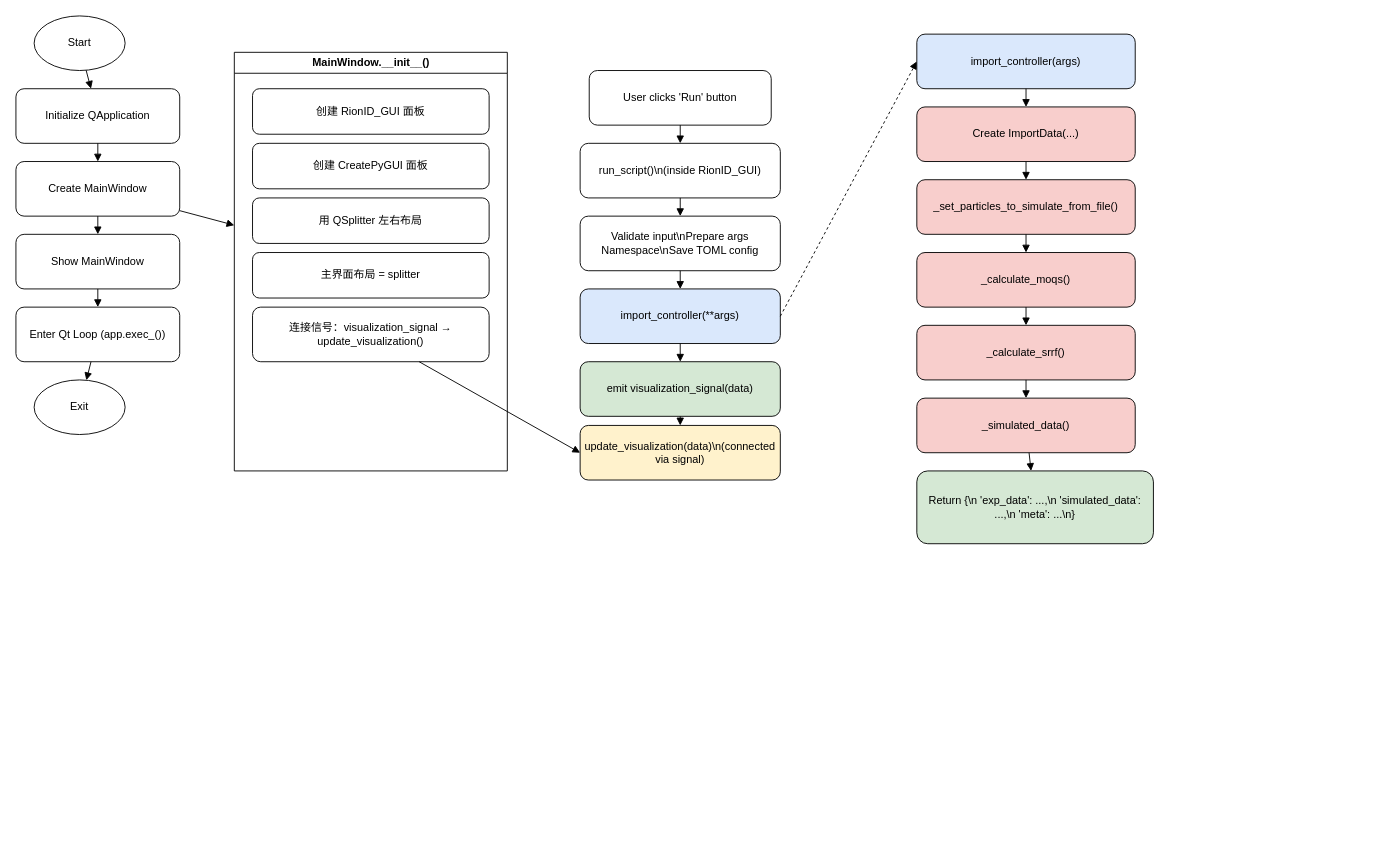
Before: rionid.drawio in ruijiuchen/rionid, a draw.io diagram. Source tidied: cells renumbered, new cells numbered last; positions are measured from the earlier drawing's top-left corner, leaving out a move shared by most shapes. Both pictures are drawn from the tidied source at 91%, with x=0, y=0 at pixel (15, 15).
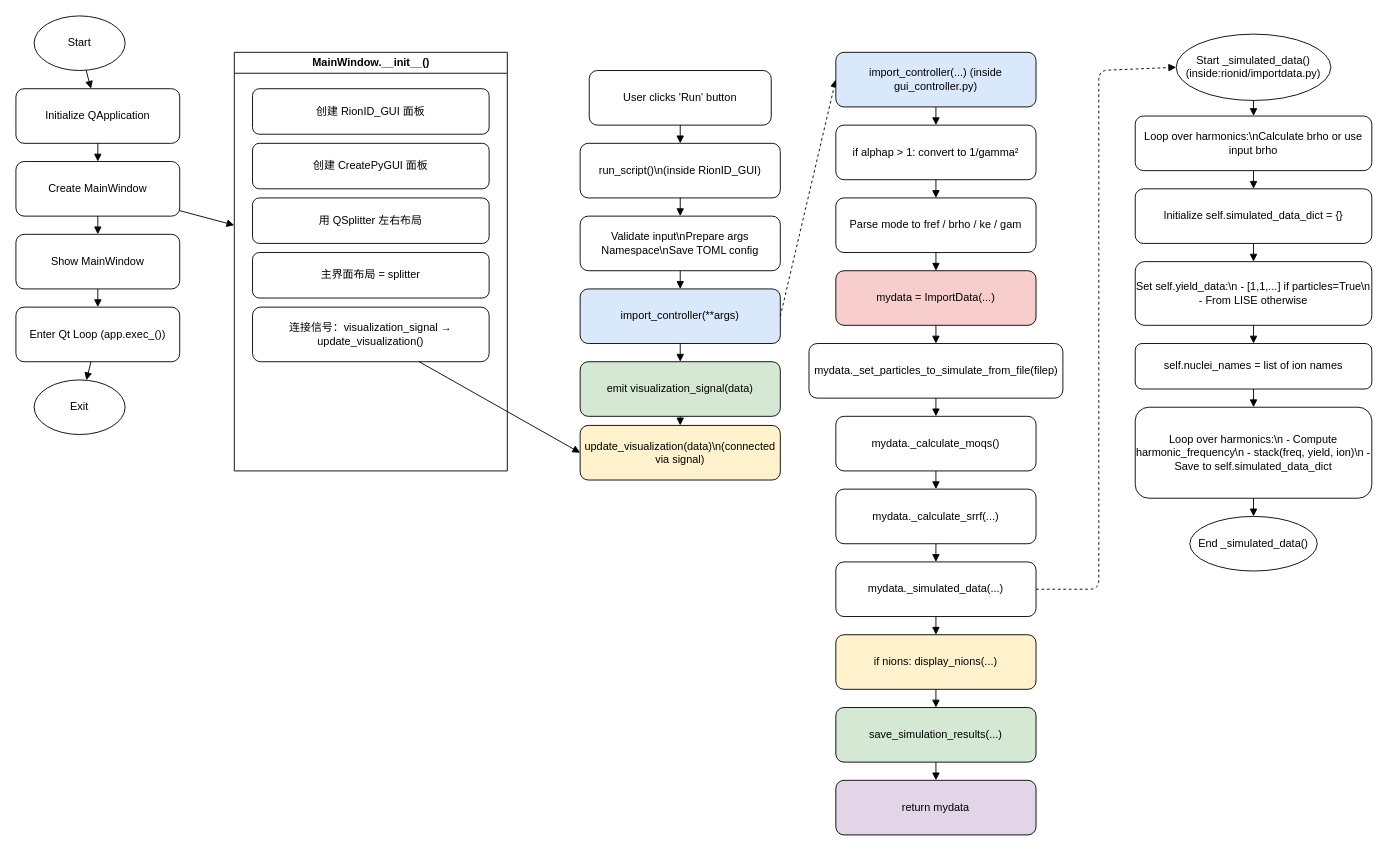
The same page after the edit.

Unchanged cells that the change refers to:
```xml
<mxCell id="24" value="import_controller(**args)" style="rounded=1;whiteSpace=wrap;html=1;fillColor=#dae8fc;" parent="1" vertex="1">
  <mxGeometry x="620" y="300" width="220" height="60" as="geometry" />
</mxCell>
```

What changed in the source:
```diff
@@
-    <mxCell id="32" style="endArrow=block;dashed=1;exitX=1;exitY=0.5;exitDx=0;exitDy=0;entryX=0;entryY=0.5;entryDx=0;entryDy=0;" parent="1" edge="1" source="24" target="33">
+    <mxCell id="32" style="endArrow=block;dashed=1;exitX=1;exitY=0.5;exitDx=0;exitDy=0;entryX=0;entryY=0.5;entryDx=0;entryDy=0;" parent="1" edge="1" source="24" target="46">
       <mxGeometry relative="1" as="geometry" />
     </mxCell>
-    <mxCell id="33" value="import_controller(args)" style="rounded=1;whiteSpace=wrap;html=1;fillColor=#dae8fc;" parent="1" vertex="1">
-      <mxGeometry x="990" y="20" width="240" height="60" as="geometry" />
-    </mxCell>
-    <mxCell id="34" value="Create ImportData(...)" style="rounded=1;whiteSpace=wrap;html=1;fillColor=#f8cecc;" parent="1" vertex="1">
-      <mxGeometry x="990" y="100" width="240" height="60" as="geometry" />
-    </mxCell>
-    <mxCell id="35" value="_set_particles_to_simulate_from_file()" style="rounded=1;whiteSpace=wrap;html=1;fillColor=#f8cecc;" parent="1" vertex="1">
-      <mxGeometry x="990" y="180" width="240" height="60" as="geometry" />
-    </mxCell>
-    <mxCell id="36" value="_calculate_moqs()" style="rounded=1;whiteSpace=wrap;html=1;fillColor=#f8cecc;" parent="1" vertex="1">
-      <mxGeometry x="990" y="260" width="240" height="60" as="geometry" />
-    </mxCell>
-    <mxCell id="37" value="_calculate_srrf()" style="rounded=1;whiteSpace=wrap;html=1;fillColor=#f8cecc;" parent="1" vertex="1">
-      <mxGeometry x="990" y="340" width="240" height="60" as="geometry" />
-    </mxCell>
-    <mxCell id="38" value="_simulated_data()" style="rounded=1;whiteSpace=wrap;html=1;fillColor=#f8cecc;" parent="1" vertex="1">
-      <mxGeometry x="990" y="420" width="240" height="60" as="geometry" />
-    </mxCell>
-    <mxCell id="39" value="Return {\n  'exp_data': ...,\n  'simulated_data': ...,\n  'meta': ...\n}" style="rounded=1;whiteSpace=wrap;html=1;fillColor=#d5e8d4;" parent="1" vertex="1">
-      <mxGeometry x="990" y="500" width="260" height="80" as="geometry" />
-    </mxCell>
-    <mxCell id="40" style="endArrow=block;" parent="1" edge="1" source="33" target="34">
-      <mxGeometry relative="1" as="geometry" />
-    </mxCell>
-    <mxCell id="41" style="endArrow=block;" parent="1" edge="1" source="34" target="35">
-      <mxGeometry relative="1" as="geometry" />
-    </mxCell>
-    <mxCell id="42" style="endArrow=block;" parent="1" edge="1" source="35" target="36">
-      <mxGeometry relative="1" as="geometry" />
-    </mxCell>
-    <mxCell id="43" style="endArrow=block;" parent="1" edge="1" source="36" target="37">
-      <mxGeometry relative="1" as="geometry" />
-    </mxCell>
-    <mxCell id="44" style="endArrow=block;" parent="1" edge="1" source="37" target="38">
-      <mxGeometry relative="1" as="geometry" />
-    </mxCell>
-    <mxCell id="45" style="endArrow=block;" parent="1" edge="1" source="38" target="39">
-      <mxGeometry relative="1" as="geometry" />
-    </mxCell>
+    <mxCell id="46" value="import_controller(...) (inside gui_controller.py)" style="rounded=1;whiteSpace=wrap;html=1;fillColor=#dae8fc;" parent="1" vertex="1">
+      <mxGeometry x="901" y="40" width="220" height="60" as="geometry" />
+    </mxCell>
+    <mxCell id="47" value="if alphap &gt; 1: convert to 1/gamma²" style="rounded=1;whiteSpace=wrap;html=1;" parent="1" vertex="1">
+      <mxGeometry x="901" y="120" width="220" height="60" as="geometry" />
+    </mxCell>
+    <mxCell id="48" value="Parse mode to fref / brho / ke / gam" style="rounded=1;whiteSpace=wrap;html=1;" parent="1" vertex="1">
+      <mxGeometry x="901" y="200" width="220" height="60" as="geometry" />
+    </mxCell>
+    <mxCell id="49" value="mydata = ImportData(...)" style="rounded=1;whiteSpace=wrap;html=1;fillColor=#f8cecc;" parent="1" vertex="1">
+      <mxGeometry x="901" y="280" width="220" height="60" as="geometry" />
+    </mxCell>
+    <mxCell id="50" value="mydata._set_particles_to_simulate_from_file(filep)" style="rounded=1;whiteSpace=wrap;html=1;" parent="1" vertex="1">
+      <mxGeometry x="871.5" y="360" width="279" height="60" as="geometry" />
+    </mxCell>
+    <mxCell id="51" value="mydata._calculate_moqs()" style="rounded=1;whiteSpace=wrap;html=1;" parent="1" vertex="1">
+      <mxGeometry x="901" y="440" width="220" height="60" as="geometry" />
+    </mxCell>
+    <mxCell id="52" value="mydata._calculate_srrf(...)" style="rounded=1;whiteSpace=wrap;html=1;" parent="1" vertex="1">
+      <mxGeometry x="901" y="520" width="220" height="60" as="geometry" />
+    </mxCell>
+    <mxCell id="53" value="mydata._simulated_data(...)" style="rounded=1;whiteSpace=wrap;html=1;" parent="1" vertex="1">
+      <mxGeometry x="901" y="600" width="220" height="60" as="geometry" />
+    </mxCell>
+    <mxCell id="54" value="if nions: display_nions(...)" style="rounded=1;whiteSpace=wrap;html=1;fillColor=#fff2cc;" parent="1" vertex="1">
+      <mxGeometry x="901" y="680" width="220" height="60" as="geometry" />
+    </mxCell>
+    <mxCell id="55" value="save_simulation_results(...)" style="rounded=1;whiteSpace=wrap;html=1;fillColor=#d5e8d4;" parent="1" vertex="1">
+      <mxGeometry x="901" y="760" width="220" height="60" as="geometry" />
+    </mxCell>
+    <mxCell id="56" value="return mydata" style="rounded=1;whiteSpace=wrap;html=1;fillColor=#e1d5e7;" parent="1" vertex="1">
+      <mxGeometry x="901" y="840" width="220" height="60" as="geometry" />
+    </mxCell>
+    <mxCell id="57" style="endArrow=block;" parent="1" edge="1" source="46" target="47">
+      <mxGeometry relative="1" as="geometry" />
+    </mxCell>
+    <mxCell id="58" style="endArrow=block;" parent="1" edge="1" source="47" target="48">
+      <mxGeometry relative="1" as="geometry" />
+    </mxCell>
+    <mxCell id="59" style="endArrow=block;" parent="1" edge="1" source="48" target="49">
+      <mxGeometry relative="1" as="geometry" />
+    </mxCell>
+    <mxCell id="60" style="endArrow=block;" parent="1" edge="1" source="49" target="50">
+      <mxGeometry relative="1" as="geometry" />
+    </mxCell>
+    <mxCell id="61" style="endArrow=block;" parent="1" edge="1" source="50" target="51">
+      <mxGeometry relative="1" as="geometry" />
+    </mxCell>
+    <mxCell id="62" style="endArrow=block;" parent="1" edge="1" source="51" target="52">
+      <mxGeometry relative="1" as="geometry" />
+    </mxCell>
+    <mxCell id="63" style="endArrow=block;" parent="1" edge="1" source="52" target="53">
+      <mxGeometry relative="1" as="geometry" />
+    </mxCell>
+    <mxCell id="64" style="endArrow=block;" parent="1" edge="1" source="53" target="54">
+      <mxGeometry relative="1" as="geometry" />
+    </mxCell>
+    <mxCell id="65" style="endArrow=block;" parent="1" edge="1" source="54" target="55">
+      <mxGeometry relative="1" as="geometry" />
+    </mxCell>
+    <mxCell id="66" style="endArrow=block;" parent="1" edge="1" source="55" target="56">
+      <mxGeometry relative="1" as="geometry" />
+    </mxCell>
+    <mxCell id="67" value="Start _simulated_data()&lt;br&gt;(inside:rionid/importdata.py)" style="ellipse;whiteSpace=wrap;html=1;" parent="1" vertex="1">
+      <mxGeometry x="1275" y="20" width="170" height="72.9" as="geometry" />
+    </mxCell>
+    <mxCell id="68" value="Loop over harmonics:\nCalculate brho or use input brho" style="rounded=1;whiteSpace=wrap;html=1;fillColor=#ffffff;" parent="1" vertex="1">
+      <mxGeometry x="1230" y="110" width="260" height="60" as="geometry" />
+    </mxCell>
+    <mxCell id="69" value="Initialize self.simulated_data_dict = {}" style="rounded=1;whiteSpace=wrap;html=1;fillColor=#ffffff;" parent="1" vertex="1">
+      <mxGeometry x="1230" y="190" width="260" height="60" as="geometry" />
+    </mxCell>
+    <mxCell id="70" value="Set self.yield_data:\n - [1,1,...] if particles=True\n - From LISE otherwise" style="rounded=1;whiteSpace=wrap;html=1;fillColor=#ffffff;" parent="1" vertex="1">
+      <mxGeometry x="1230" y="270" width="260" height="70" as="geometry" />
+    </mxCell>
+    <mxCell id="71" value="self.nuclei_names = list of ion names" style="rounded=1;whiteSpace=wrap;html=1;fillColor=#ffffff;" parent="1" vertex="1">
+      <mxGeometry x="1230" y="360" width="260" height="50" as="geometry" />
+    </mxCell>
+    <mxCell id="72" value="Loop over harmonics:\n - Compute harmonic_frequency\n - stack(freq, yield, ion)\n - Save to self.simulated_data_dict" style="rounded=1;whiteSpace=wrap;html=1;fillColor=#ffffff;" parent="1" vertex="1">
+      <mxGeometry x="1230" y="430" width="260" height="100" as="geometry" />
+    </mxCell>
+    <mxCell id="73" value="End _simulated_data()" style="ellipse;whiteSpace=wrap;html=1;" parent="1" vertex="1">
+      <mxGeometry x="1290" y="550" width="140" height="60" as="geometry" />
+    </mxCell>
+    <mxCell id="74" style="endArrow=block;" parent="1" edge="1" source="67" target="68">
+      <mxGeometry relative="1" as="geometry" />
+    </mxCell>
+    <mxCell id="75" style="endArrow=block;" parent="1" edge="1" source="68" target="69">
+      <mxGeometry relative="1" as="geometry" />
+    </mxCell>
+    <mxCell id="76" style="endArrow=block;" parent="1" edge="1" source="69" target="70">
+      <mxGeometry relative="1" as="geometry" />
+    </mxCell>
+    <mxCell id="77" style="endArrow=block;" parent="1" edge="1" source="70" target="71">
+      <mxGeometry relative="1" as="geometry" />
+    </mxCell>
+    <mxCell id="78" style="endArrow=block;" parent="1" edge="1" source="71" target="72">
+      <mxGeometry relative="1" as="geometry" />
+    </mxCell>
+    <mxCell id="79" style="endArrow=block;" parent="1" edge="1" source="72" target="73">
+      <mxGeometry relative="1" as="geometry" />
+    </mxCell>
+    <mxCell id="80" style="endArrow=block;dashed=1;exitX=1;exitY=0.5;exitDx=0;exitDy=0;entryX=0;entryY=0.5;entryDx=0;entryDy=0;" parent="1" edge="1" source="53" target="67">
+      <mxGeometry relative="1" as="geometry">
+        <Array as="points">
+          <mxPoint x="1190" y="630" />
+          <mxPoint x="1190" y="250" />
+          <mxPoint x="1190" y="60" />
+        </Array>
+      </mxGeometry>
+    </mxCell>
```
